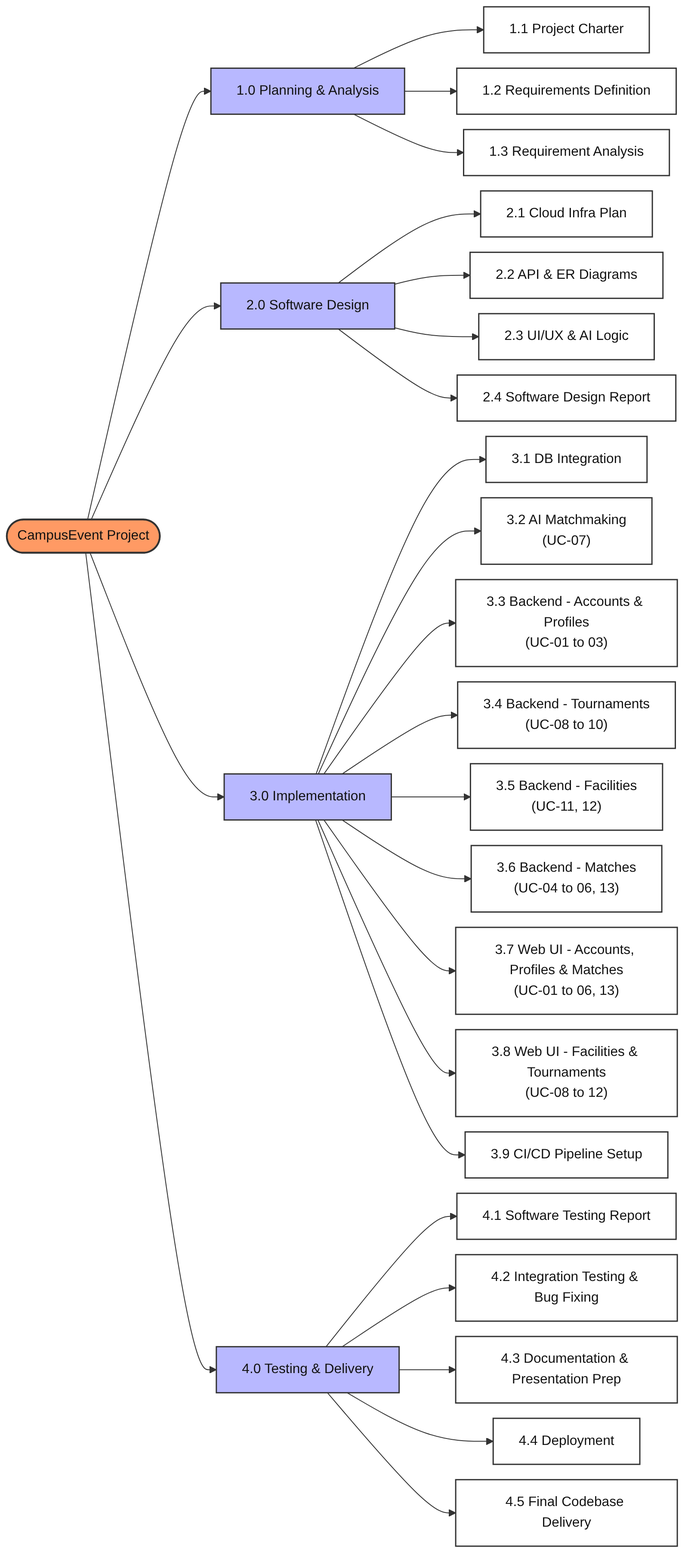
Above: docs/plan/WBS_Diagram.png in emir-heval-arda-harun/CMPE-331-project (Mermaid), before the change. Its source is kept beside it as docs/plan/wbs_diagram.mmd. The source it was exported from:
```mermaid
%%{init: {"flowchart": {"nodeSpacing": 18, "rankSpacing": 60}}}%%
flowchart LR
    root(["CampusEvent Project"])
    p1["1.0 Planning & Analysis"]
    root --> p1
    n1_1["1.1 Project Charter"]
    p1 --> n1_1
    n1_2["1.2 Requirements Definition"]
    p1 --> n1_2
    n1_3["1.3 Requirement Analysis"]
    p1 --> n1_3
    p2["2.0 Software Design"]
    root --> p2
    n2_1["2.1 Cloud Infra Plan"]
    p2 --> n2_1
    n2_2["2.2 API & ER Diagrams"]
    p2 --> n2_2
    n2_3["2.3 UI/UX & AI Logic"]
    p2 --> n2_3
    n2_4["2.4 Software Design Report"]
    p2 --> n2_4
    p3["3.0 Implementation"]
    root --> p3
    n3_1["3.1 DB Integration"]
    p3 --> n3_1
    n3_2["3.2 AI Matchmaking<br/>(UC-07)"]
    p3 --> n3_2
    n3_3["3.3 Backend - Accounts & Profiles<br/>(UC-01 to 03)"]
    p3 --> n3_3
    n3_4["3.4 Backend - Tournaments<br/>(UC-08 to 10)"]
    p3 --> n3_4
    n3_5["3.5 Backend - Facilities<br/>(UC-11, 12)"]
    p3 --> n3_5
    n3_6["3.6 Backend - Matches<br/>(UC-04 to 06, 13)"]
    p3 --> n3_6
    n3_7["3.7 Web UI - Accounts, Profiles & Matches<br/>(UC-01 to 06, 13)"]
    p3 --> n3_7
    n3_8["3.8 Web UI - Facilities & Tournaments<br/>(UC-08 to 12)"]
    p3 --> n3_8
    n3_9["3.9 CI/CD Pipeline Setup"]
    p3 --> n3_9
    p4["4.0 Testing & Delivery"]
    root --> p4
    n4_1["4.1 Software Testing Report"]
    p4 --> n4_1
    n4_2["4.2 Integration Testing & Bug Fixing"]
    p4 --> n4_2
    n4_3["4.3 Documentation & Presentation Prep"]
    p4 --> n4_3
    n4_4["4.4 Deployment"]
    p4 --> n4_4
    n4_5["4.5 Final Codebase Delivery"]
    p4 --> n4_5
    classDef root fill:#ff9a64,stroke:#333,stroke-width:2px,color:#111
    classDef ph fill:#b8b8ff,stroke:#333,stroke-width:1.5px,color:#111
    classDef task fill:#ffffff,stroke:#333,stroke-width:1.5px,color:#111
    class root root
    class p1,p2,p3,p4 ph
    class n1_1,n1_2,n1_3,n2_1,n2_2,n2_3,n2_4,n3_1,n3_2,n3_3,n3_4,n3_5,n3_6,n3_7,n3_8,n3_9,n4_1,n4_2,n4_3,n4_4,n4_5 task
```
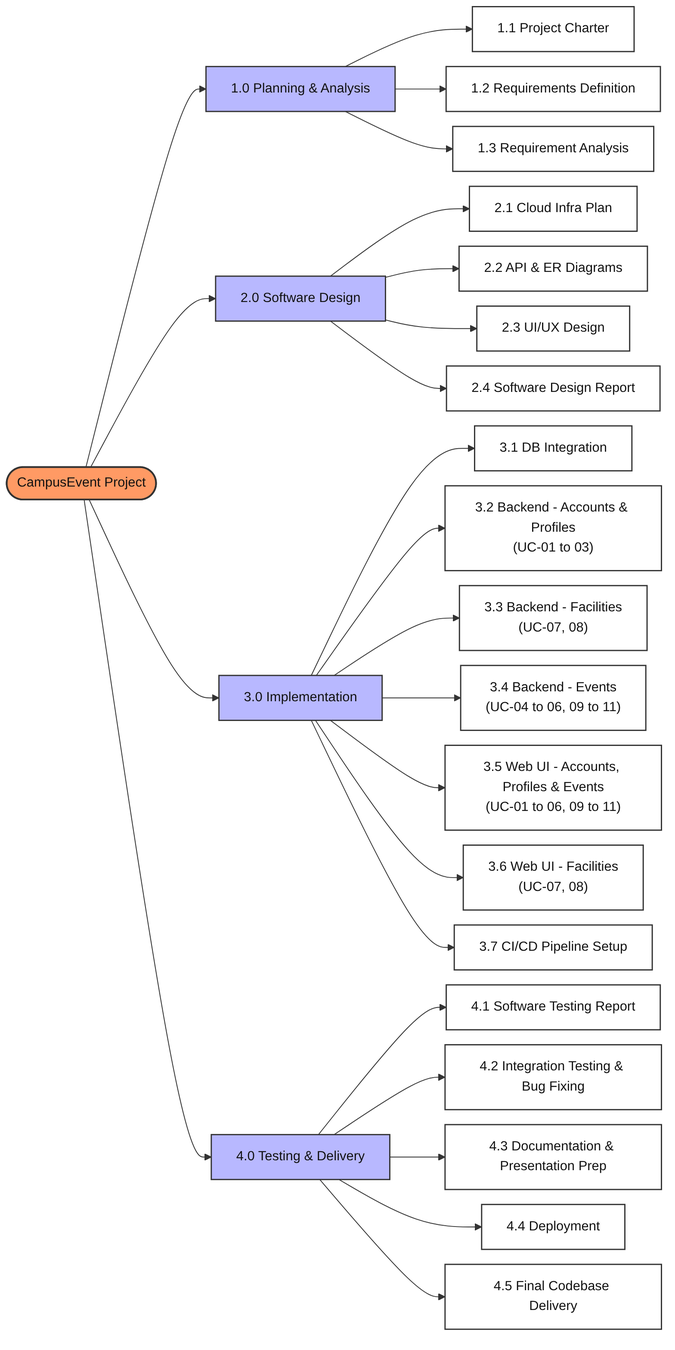
The same file after the commit.

The edit, as a diff of the source:
```diff
@@ -15,7 +15,7 @@
     p2 --> n2_1
     n2_2["2.2 API & ER Diagrams"]
     p2 --> n2_2
-    n2_3["2.3 UI/UX & AI Logic"]
+    n2_3["2.3 UI/UX Design"]
     p2 --> n2_3
     n2_4["2.4 Software Design Report"]
     p2 --> n2_4
@@ -23,22 +23,18 @@
     root --> p3
     n3_1["3.1 DB Integration"]
     p3 --> n3_1
-    n3_2["3.2 AI Matchmaking<br/>(UC-07)"]
+    n3_2["3.2 Backend - Accounts & Profiles<br/>(UC-01 to 03)"]
     p3 --> n3_2
-    n3_3["3.3 Backend - Accounts & Profiles<br/>(UC-01 to 03)"]
+    n3_3["3.3 Backend - Facilities<br/>(UC-07, 08)"]
     p3 --> n3_3
-    n3_4["3.4 Backend - Tournaments<br/>(UC-08 to 10)"]
+    n3_4["3.4 Backend - Events<br/>(UC-04 to 06, 09 to 11)"]
     p3 --> n3_4
-    n3_5["3.5 Backend - Facilities<br/>(UC-11, 12)"]
+    n3_5["3.5 Web UI - Accounts, Profiles & Events<br/>(UC-01 to 06, 09 to 11)"]
     p3 --> n3_5
-    n3_6["3.6 Backend - Matches<br/>(UC-04 to 06, 13)"]
+    n3_6["3.6 Web UI - Facilities<br/>(UC-07, 08)"]
     p3 --> n3_6
-    n3_7["3.7 Web UI - Accounts, Profiles & Matches<br/>(UC-01 to 06, 13)"]
+    n3_7["3.7 CI/CD Pipeline Setup"]
     p3 --> n3_7
-    n3_8["3.8 Web UI - Facilities & Tournaments<br/>(UC-08 to 12)"]
-    p3 --> n3_8
-    n3_9["3.9 CI/CD Pipeline Setup"]
-    p3 --> n3_9
     p4["4.0 Testing & Delivery"]
     root --> p4
     n4_1["4.1 Software Testing Report"]
@@ -56,4 +52,4 @@
     classDef task fill:#ffffff,stroke:#333,stroke-width:1.5px,color:#111
     class root root
     class p1,p2,p3,p4 ph
-    class n1_1,n1_2,n1_3,n2_1,n2_2,n2_3,n2_4,n3_1,n3_2,n3_3,n3_4,n3_5,n3_6,n3_7,n3_8,n3_9,n4_1,n4_2,n4_3,n4_4,n4_5 task
+    class n1_1,n1_2,n1_3,n2_1,n2_2,n2_3,n2_4,n3_1,n3_2,n3_3,n3_4,n3_5,n3_6,n3_7,n4_1,n4_2,n4_3,n4_4,n4_5 task
```
